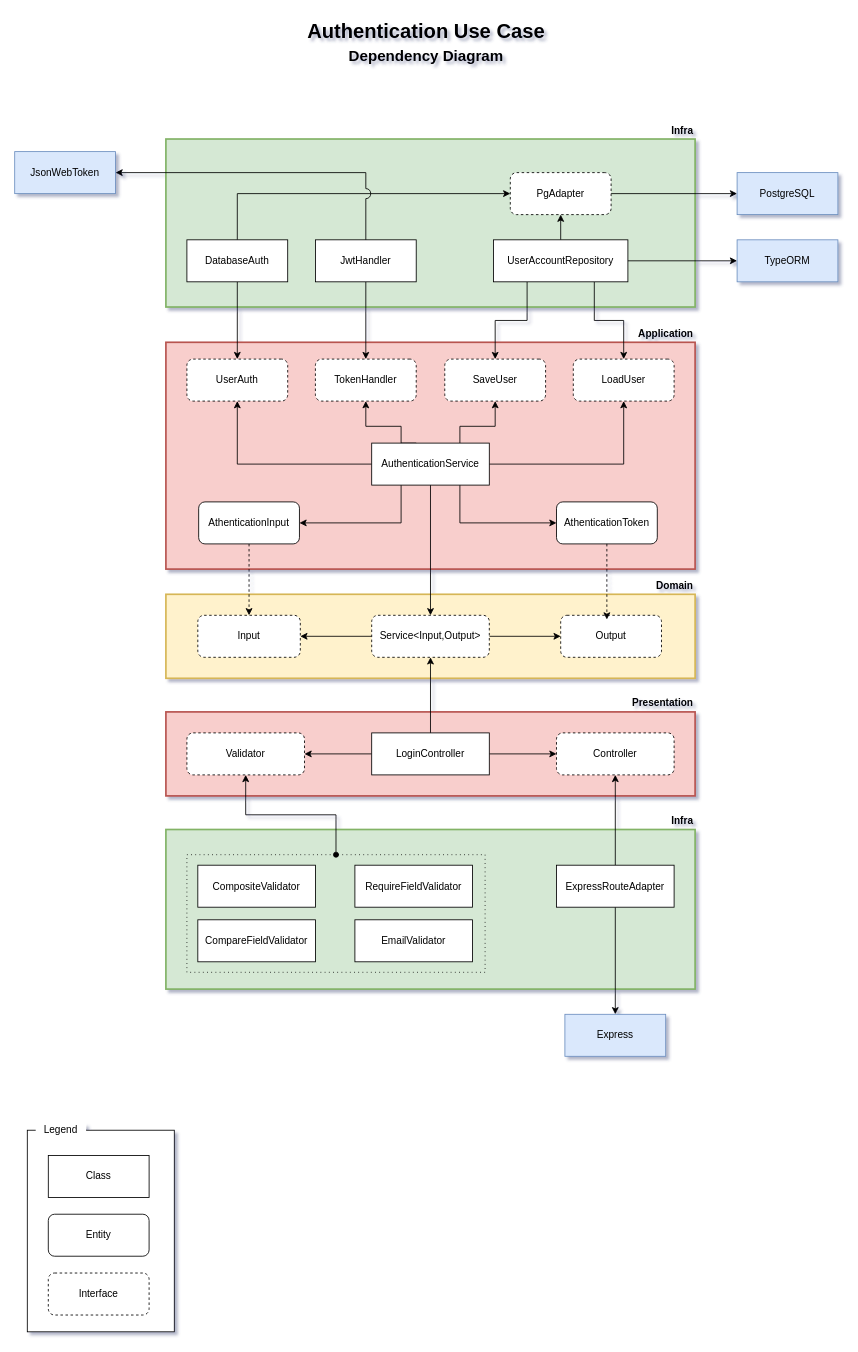
The draw.io diagram page "authentication-clean" (1 of 2) of docs/diagrams/authentication/authentication.drawio in uespi-phb/20251-tec1, before the edit. Source tidied: cells renumbered, new cells numbered last; positions are measured from the earlier drawing's top-left corner, leaving out a move shared by most shapes. Both pictures are drawn from the tidied source at 84%, with x=0, y=0 at pixel (14, 14).
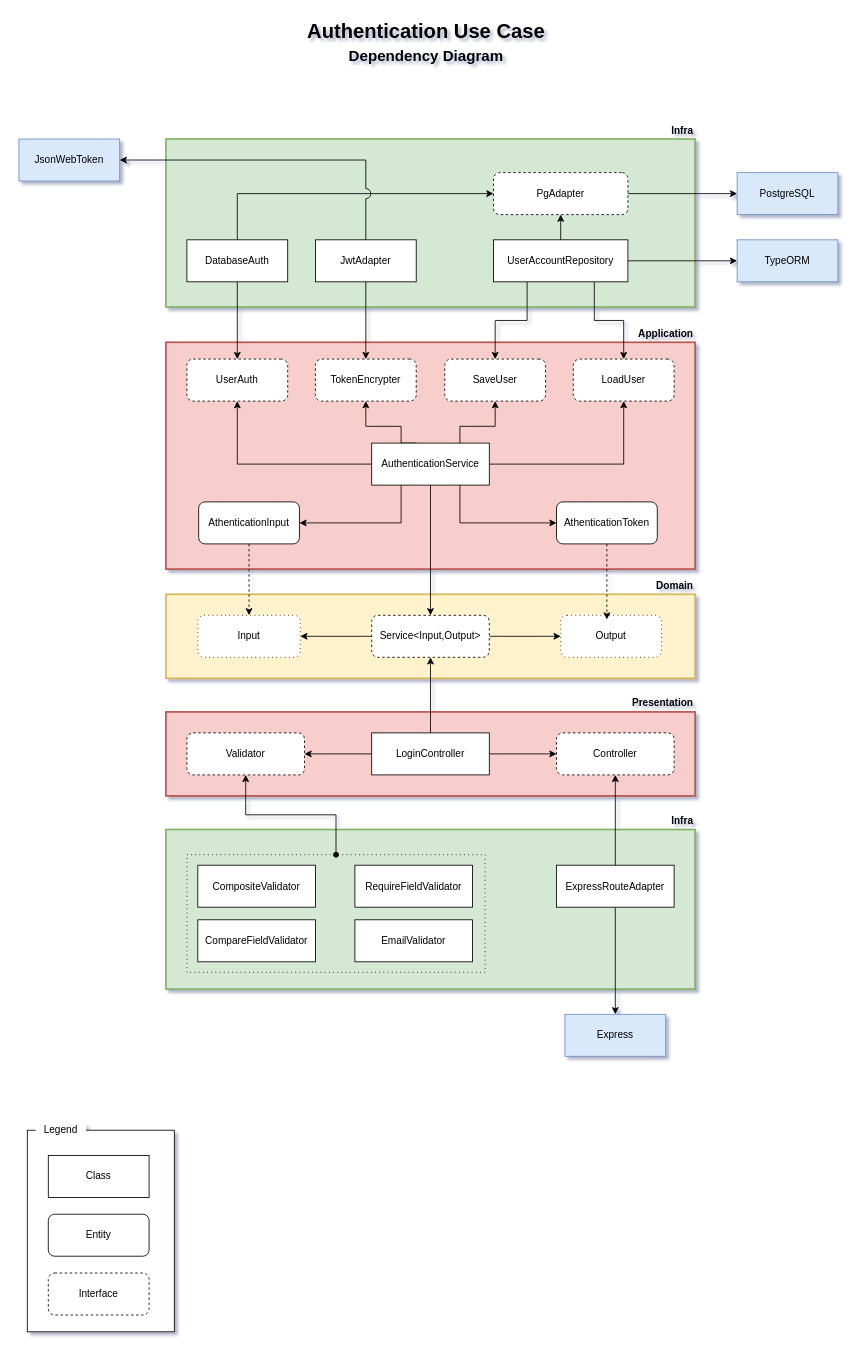
After the change.

What changed in the source:
```diff
@@
-    <mxCell id="9" value="Output" style="rounded=1;whiteSpace=wrap;html=1;glass=0;shadow=0;dashed=1;" parent="1" vertex="1">
+    <mxCell id="9" value="Output" style="rounded=1;whiteSpace=wrap;html=1;glass=0;shadow=0;dashed=1;dashPattern=1 4;" parent="1" vertex="1">
       <mxGeometry x="650" y="715" width="120" height="50" as="geometry" />
     </mxCell>
-    <mxCell id="10" value="Input" style="rounded=1;whiteSpace=wrap;html=1;glass=0;shadow=0;dashed=1;" parent="1" vertex="1">
+    <mxCell id="10" value="Input" style="rounded=1;whiteSpace=wrap;html=1;glass=0;shadow=0;dashed=1;dashPattern=1 4;" parent="1" vertex="1">
       <mxGeometry x="218" y="715" width="122" height="50" as="geometry" />
     </mxCell>
@@
-    <mxCell id="28" value="TokenHandler" style="rounded=1;whiteSpace=wrap;html=1;dashed=1;flipH=1;" parent="1" vertex="1">
+    <mxCell id="28" value="TokenEncrypter" style="rounded=1;whiteSpace=wrap;html=1;dashed=1;flipH=1;" parent="1" vertex="1">
       <mxGeometry x="358" y="410" width="120" height="50" as="geometry" />
     </mxCell>
@@
     <mxCell id="36" value="JsonWebToken" style="rounded=0;whiteSpace=wrap;html=1;glass=0;shadow=0;fillColor=#dae8fc;strokeColor=#6c8ebf;" parent="1" vertex="1">
-      <mxGeometry y="163" width="120" height="50" as="geometry" />
+      <mxGeometry x="5" y="148" width="120" height="50" as="geometry" />
     </mxCell>
@@
-    <mxCell id="47" value="JwtHandler" style="rounded=0;whiteSpace=wrap;html=1;glass=0;shadow=0;points=[[0,0,0,0,0],[0,0.25,0,0,0],[0,0.5,0,0,0],[0,0.75,0,0,0],[0,1,0,0,0],[0.13,0,0,0,0],[0.25,0,0,0,0],[0.25,1,0,0,0],[0.38,0,0,0,0],[0.5,0,0,0,0],[0.5,1,0,0,0],[0.62,0,0,0,0],[0.75,0,0,0,0],[0.75,1,0,0,0],[0.88,0,0,0,0],[1,0,0,0,0],[1,0.25,0,0,0],[1,0.5,0,0,0],[1,0.75,0,0,0],[1,1,0,0,0]];" parent="1" vertex="1">
+    <mxCell id="47" value="JwtAdapter" style="rounded=0;whiteSpace=wrap;html=1;glass=0;shadow=0;points=[[0,0,0,0,0],[0,0.25,0,0,0],[0,0.5,0,0,0],[0,0.75,0,0,0],[0,1,0,0,0],[0.13,0,0,0,0],[0.25,0,0,0,0],[0.25,1,0,0,0],[0.38,0,0,0,0],[0.5,0,0,0,0],[0.5,1,0,0,0],[0.62,0,0,0,0],[0.75,0,0,0,0],[0.75,1,0,0,0],[0.88,0,0,0,0],[1,0,0,0,0],[1,0.25,0,0,0],[1,0.5,0,0,0],[1,0.75,0,0,0],[1,1,0,0,0]];" parent="1" vertex="1">
       <mxGeometry x="358" y="268" width="120" height="50" as="geometry" />
     </mxCell>
@@
     <mxCell id="51" style="edgeStyle=orthogonalEdgeStyle;rounded=0;jettySize=auto;html=1;entryX=1;entryY=0.5;entryDx=0;entryDy=0;strokeColor=#000000;jumpStyle=arc;jumpSize=12;" parent="1" edge="1" source="47" target="36">
       <mxGeometry relative="1" as="geometry">
         <Array as="points">
-          <mxPoint x="418" y="188" />
+          <mxPoint x="418" y="173" />
         </Array>
       </mxGeometry>
     </mxCell>
@@
     <mxCell id="68" value="PgAdapter" style="rounded=1;whiteSpace=wrap;html=1;dashed=1;flipH=1;" parent="1" vertex="1">
-      <mxGeometry x="590" y="188" width="120" height="50" as="geometry" />
+      <mxGeometry x="570" y="188" width="160" height="50" as="geometry" />
     </mxCell>
```
